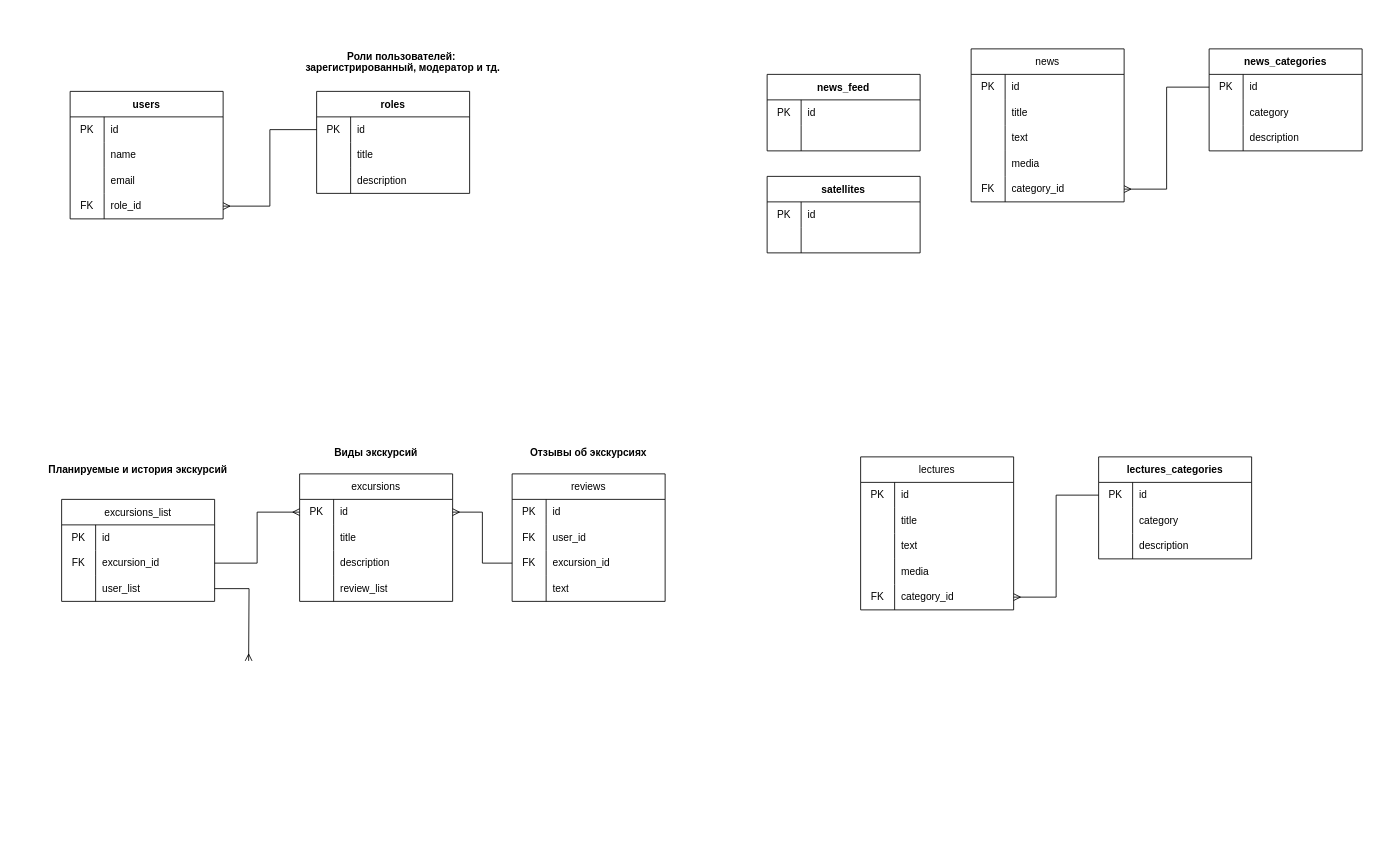
Before: tables.drawio in Drivesss/ReshUCube, a draw.io diagram. Source tidied: cells renumbered, new cells numbered last; positions are measured from the earlier drawing's top-left corner, leaving out a move shared by most shapes. Both pictures are drawn from the tidied source at 85%, with x=0, y=0 at pixel (61, 48).
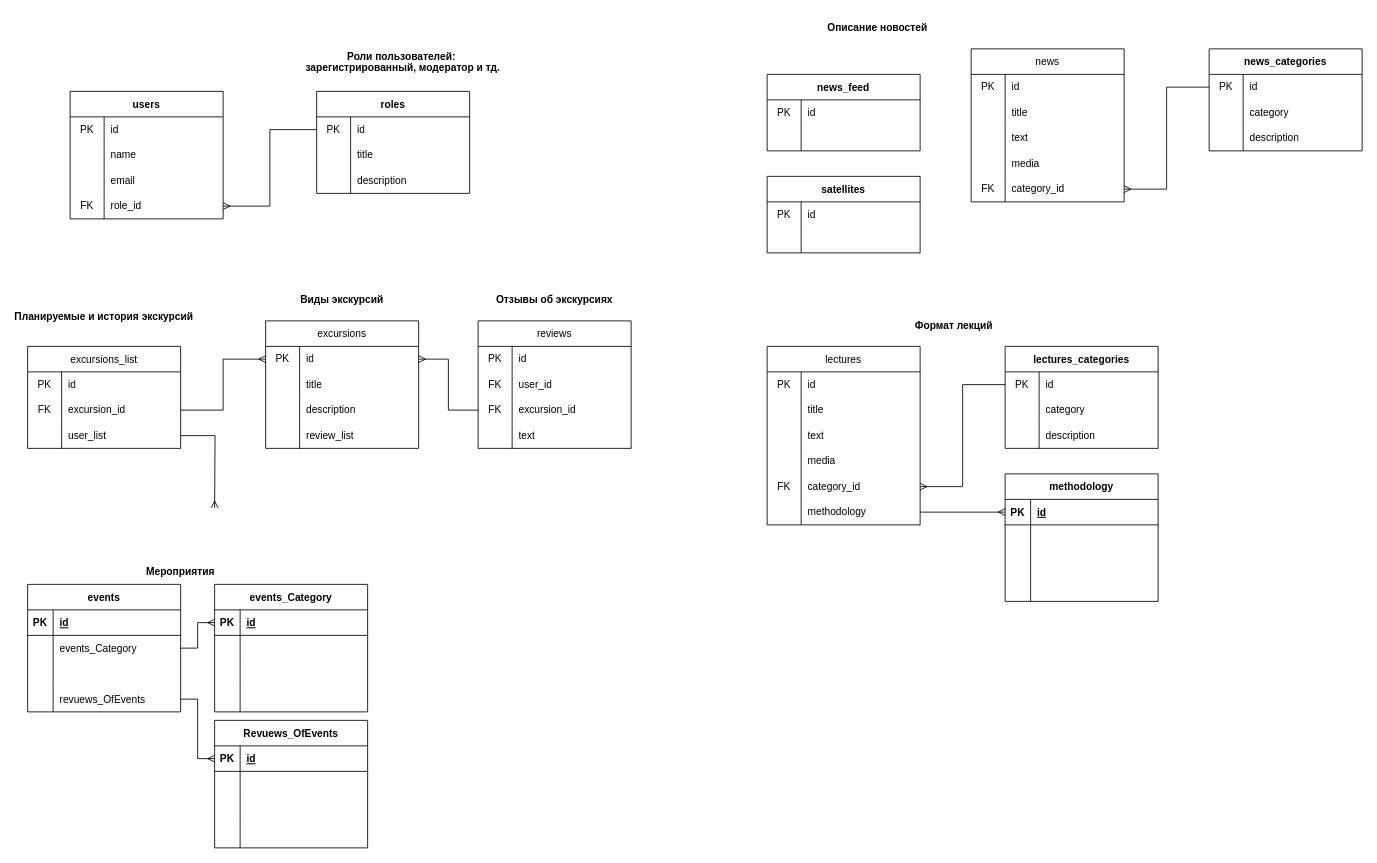
Above is the later version.

The change refers to these unchanged cells:
```xml
<mxCell id="88" style="shape=tableRow;horizontal=0;startSize=0;swimlaneHead=0;swimlaneBody=0;top=0;left=0;bottom=0;right=0;fillColor=none;points=[[0,0.5],[1,0.5]];portConstraint=eastwest;" parent="81" vertex="1">
  <mxGeometry y="90" width="180" height="30" as="geometry" />
</mxCell>
```

Change to the diagram source:
```diff
@@
     <mxCell id="68" value="excursions" style="shape=table;startSize=30;childLayout=tableLayout;rowLines=0;fontStyle=0;" parent="1" vertex="1">
-      <mxGeometry x="280" y="500" width="180" height="150" as="geometry" />
+      <mxGeometry x="240" y="320" width="180" height="150" as="geometry" />
     </mxCell>
@@
     <mxCell id="81" value="excursions_list" style="shape=table;startSize=30;childLayout=tableLayout;rowLines=0;fontStyle=0;" parent="1" vertex="1">
-      <mxGeometry y="530" width="180" height="120" as="geometry" />
+      <mxGeometry x="-40" y="350" width="180" height="120" as="geometry" />
     </mxCell>
@@
     <mxCell id="91" style="edgeStyle=orthogonalEdgeStyle;rounded=0;jettySize=auto;html=1;endArrow=ERmany;endFill=0;" parent="1" edge="1" source="88">
       <mxGeometry relative="1" as="geometry">
-        <mxPoint x="220" y="720" as="targetPoint" />
+        <mxPoint x="180" y="540" as="targetPoint" />
       </mxGeometry>
     </mxCell>
@@
     <mxCell id="93" value="Виды экскурсий" style="text;align=center;fontStyle=1;verticalAlign=middle;spacingLeft=3;spacingRight=3;strokeColor=none;" parent="1" vertex="1">
-      <mxGeometry x="300" y="460" width="140" height="30" as="geometry" />
+      <mxGeometry x="260" y="280" width="140" height="30" as="geometry" />
     </mxCell>
     <mxCell id="94" value="Планируемые и история экскурсий" style="text;align=center;fontStyle=1;verticalAlign=middle;spacingLeft=3;spacingRight=3;strokeColor=none;" parent="1" vertex="1">
-      <mxGeometry x="20" y="480" width="140" height="30" as="geometry" />
+      <mxGeometry x="-20" y="300" width="140" height="30" as="geometry" />
     </mxCell>
     <mxCell id="95" value="reviews" style="shape=table;startSize=30;childLayout=tableLayout;rowLines=0;fontStyle=0;" parent="1" vertex="1">
-      <mxGeometry x="530" y="500" width="180" height="150" as="geometry" />
+      <mxGeometry x="490" y="320" width="180" height="150" as="geometry" />
     </mxCell>
@@
     <mxCell id="108" value="Отзывы об экскурсиях" style="text;align=center;fontStyle=1;verticalAlign=middle;spacingLeft=3;spacingRight=3;strokeColor=none;" parent="1" vertex="1">
-      <mxGeometry x="550" y="460" width="140" height="30" as="geometry" />
+      <mxGeometry x="510" y="280" width="140" height="30" as="geometry" />
     </mxCell>
@@
     <mxCell id="110" value="lectures" style="shape=table;startSize=30;childLayout=tableLayout;rowLines=0;fontStyle=0;" parent="1" vertex="1">
-      <mxGeometry x="940" y="480" width="180" height="180" as="geometry" />
+      <mxGeometry x="830" y="350" width="180" height="210" as="geometry" />
     </mxCell>
@@
+    <mxCell id="137" style="shape=tableRow;horizontal=0;startSize=0;swimlaneHead=0;swimlaneBody=0;top=0;left=0;bottom=0;right=0;fillColor=none;points=[[0,0.5],[1,0.5]];portConstraint=eastwest;" parent="110" vertex="1">
+      <mxGeometry y="180" width="180" height="30" as="geometry" />
+    </mxCell>
+    <mxCell id="138" style="shape=partialRectangle;html=1;whiteSpace=wrap;fillColor=none;top=0;left=0;bottom=0;right=0;overflow=hidden;" parent="137" vertex="1">
+      <mxGeometry width="40" height="30" as="geometry" />
+    </mxCell>
+    <mxCell id="139" value="methodology" style="shape=partialRectangle;html=1;whiteSpace=wrap;fillColor=none;top=0;left=0;bottom=0;right=0;align=left;spacingLeft=6;overflow=hidden;" parent="137" vertex="1">
+      <mxGeometry x="40" width="140" height="30" as="geometry" />
+    </mxCell>
     <mxCell id="126" value="lectures_categories" style="shape=table;startSize=30;childLayout=tableLayout;rowLines=0;fontStyle=1;" parent="1" vertex="1">
-      <mxGeometry x="1220" y="480" width="180" height="120" as="geometry" />
+      <mxGeometry x="1110" y="350" width="180" height="120" as="geometry" />
     </mxCell>
@@
+    <mxCell id="140" value="events" style="shape=table;startSize=30;childLayout=tableLayout;rowLines=0;fontStyle=1;align=center;" parent="1" vertex="1">
+      <mxGeometry x="-40" y="630" width="180" height="150" as="geometry" />
+    </mxCell>
+    <mxCell id="141" style="shape=tableRow;horizontal=0;startSize=0;swimlaneHead=0;swimlaneBody=0;fillColor=none;top=0;left=0;right=0;bottom=1;" parent="140" vertex="1">
+      <mxGeometry y="30" width="180" height="30" as="geometry" />
+    </mxCell>
+    <mxCell id="142" value="PK" style="shape=partialRectangle;fillColor=none;top=0;left=0;bottom=0;right=0;fontStyle=1;overflow=hidden;" parent="141" vertex="1">
+      <mxGeometry width="30" height="30" as="geometry" />
+    </mxCell>
+    <mxCell id="143" value="id" style="shape=partialRectangle;fillColor=none;top=0;left=0;bottom=0;right=0;align=left;spacingLeft=6;fontStyle=5;overflow=hidden;" parent="141" vertex="1">
+      <mxGeometry x="30" width="150" height="30" as="geometry" />
+    </mxCell>
+    <mxCell id="144" style="shape=tableRow;horizontal=0;startSize=0;swimlaneHead=0;swimlaneBody=0;fillColor=none;points=[[0,0.5],[1,0.5]];portConstraint=eastwest;top=0;left=0;right=0;bottom=0;" parent="140" vertex="1">
+      <mxGeometry y="60" width="180" height="30" as="geometry" />
+    </mxCell>
+    <mxCell id="145" style="shape=partialRectangle;fillColor=none;top=0;left=0;bottom=0;right=0;overflow=hidden;" parent="144" vertex="1">
+      <mxGeometry width="30" height="30" as="geometry" />
+    </mxCell>
+    <mxCell id="146" value="events_Category" style="shape=partialRectangle;fillColor=none;top=0;left=0;bottom=0;right=0;align=left;spacingLeft=6;overflow=hidden;" parent="144" vertex="1">
+      <mxGeometry x="30" width="150" height="30" as="geometry" />
+    </mxCell>
+    <mxCell id="147" style="shape=tableRow;horizontal=0;startSize=0;swimlaneHead=0;swimlaneBody=0;fillColor=none;top=0;left=0;right=0;bottom=0;" parent="140" vertex="1">
+      <mxGeometry y="90" width="180" height="30" as="geometry" />
+    </mxCell>
+    <mxCell id="148" style="shape=partialRectangle;fillColor=none;top=0;left=0;bottom=0;right=0;overflow=hidden;" parent="147" vertex="1">
+      <mxGeometry width="30" height="30" as="geometry" />
+    </mxCell>
+    <mxCell id="149" style="shape=partialRectangle;fillColor=none;top=0;left=0;bottom=0;right=0;align=left;spacingLeft=6;overflow=hidden;" parent="147" vertex="1">
+      <mxGeometry x="30" width="150" height="30" as="geometry" />
+    </mxCell>
+    <mxCell id="150" style="shape=tableRow;horizontal=0;startSize=0;swimlaneHead=0;swimlaneBody=0;fillColor=none;points=[[0,0.5],[1,0.5]];portConstraint=eastwest;top=0;left=0;right=0;bottom=0;" parent="140" vertex="1">
+      <mxGeometry y="120" width="180" height="30" as="geometry" />
+    </mxCell>
+    <mxCell id="151" style="shape=partialRectangle;fillColor=none;top=0;left=0;bottom=0;right=0;overflow=hidden;" parent="150" vertex="1">
+      <mxGeometry width="30" height="30" as="geometry" />
+    </mxCell>
+    <mxCell id="152" value="revuews_OfEvents" style="shape=partialRectangle;fillColor=none;top=0;left=0;bottom=0;right=0;align=left;spacingLeft=6;overflow=hidden;" parent="150" vertex="1">
+      <mxGeometry x="30" width="150" height="30" as="geometry" />
+    </mxCell>
+    <mxCell id="153" value="events_Category" style="shape=table;startSize=30;childLayout=tableLayout;rowLines=0;fontStyle=1;align=center;" parent="1" vertex="1">
+      <mxGeometry x="180" y="630" width="180" height="150" as="geometry" />
+    </mxCell>
+    <mxCell id="154" style="shape=tableRow;horizontal=0;startSize=0;swimlaneHead=0;swimlaneBody=0;fillColor=none;points=[[0,0.5],[1,0.5]];portConstraint=eastwest;top=0;left=0;right=0;bottom=1;" parent="153" vertex="1">
+      <mxGeometry y="30" width="180" height="30" as="geometry" />
+    </mxCell>
+    <mxCell id="155" value="PK" style="shape=partialRectangle;fillColor=none;top=0;left=0;bottom=0;right=0;fontStyle=1;overflow=hidden;" parent="154" vertex="1">
+      <mxGeometry width="30" height="30" as="geometry" />
+    </mxCell>
+    <mxCell id="156" value="id" style="shape=partialRectangle;fillColor=none;top=0;left=0;bottom=0;right=0;align=left;spacingLeft=6;fontStyle=5;overflow=hidden;" parent="154" vertex="1">
+      <mxGeometry x="30" width="150" height="30" as="geometry" />
+    </mxCell>
+    <mxCell id="157" style="shape=tableRow;horizontal=0;startSize=0;swimlaneHead=0;swimlaneBody=0;fillColor=none;top=0;left=0;right=0;bottom=0;" parent="153" vertex="1">
+      <mxGeometry y="60" width="180" height="30" as="geometry" />
+    </mxCell>
+    <mxCell id="158" style="shape=partialRectangle;fillColor=none;top=0;left=0;bottom=0;right=0;overflow=hidden;" parent="157" vertex="1">
+      <mxGeometry width="30" height="30" as="geometry" />
+    </mxCell>
+    <mxCell id="159" style="shape=partialRectangle;fillColor=none;top=0;left=0;bottom=0;right=0;align=left;spacingLeft=6;overflow=hidden;" parent="157" vertex="1">
+      <mxGeometry x="30" width="150" height="30" as="geometry" />
+    </mxCell>
+    <mxCell id="160" style="shape=tableRow;horizontal=0;startSize=0;swimlaneHead=0;swimlaneBody=0;fillColor=none;top=0;left=0;right=0;bottom=0;" parent="153" vertex="1">
+      <mxGeometry y="90" width="180" height="30" as="geometry" />
+    </mxCell>
+    <mxCell id="161" style="shape=partialRectangle;fillColor=none;top=0;left=0;bottom=0;right=0;overflow=hidden;" parent="160" vertex="1">
+      <mxGeometry width="30" height="30" as="geometry" />
+    </mxCell>
+    <mxCell id="162" style="shape=partialRectangle;fillColor=none;top=0;left=0;bottom=0;right=0;align=left;spacingLeft=6;overflow=hidden;" parent="160" vertex="1">
+      <mxGeometry x="30" width="150" height="30" as="geometry" />
+    </mxCell>
+    <mxCell id="163" style="shape=tableRow;horizontal=0;startSize=0;swimlaneHead=0;swimlaneBody=0;fillColor=none;top=0;left=0;right=0;bottom=0;" parent="153" vertex="1">
+      <mxGeometry y="120" width="180" height="30" as="geometry" />
+    </mxCell>
+    <mxCell id="164" style="shape=partialRectangle;fillColor=none;top=0;left=0;bottom=0;right=0;overflow=hidden;" parent="163" vertex="1">
+      <mxGeometry width="30" height="30" as="geometry" />
+    </mxCell>
+    <mxCell id="165" style="shape=partialRectangle;fillColor=none;top=0;left=0;bottom=0;right=0;align=left;spacingLeft=6;overflow=hidden;" parent="163" vertex="1">
+      <mxGeometry x="30" width="150" height="30" as="geometry" />
+    </mxCell>
+    <mxCell id="166" value="Revuews_OfEvents" style="shape=table;startSize=30;childLayout=tableLayout;rowLines=0;fontStyle=1;align=center;" parent="1" vertex="1">
+      <mxGeometry x="180" y="790" width="180" height="150" as="geometry" />
+    </mxCell>
+    <mxCell id="167" style="shape=tableRow;horizontal=0;startSize=0;swimlaneHead=0;swimlaneBody=0;fillColor=none;points=[[0,0.5],[1,0.5]];portConstraint=eastwest;top=0;left=0;right=0;bottom=1;" parent="166" vertex="1">
+      <mxGeometry y="30" width="180" height="30" as="geometry" />
+    </mxCell>
+    <mxCell id="168" value="PK" style="shape=partialRectangle;fillColor=none;top=0;left=0;bottom=0;right=0;fontStyle=1;overflow=hidden;" parent="167" vertex="1">
+      <mxGeometry width="30" height="30" as="geometry" />
+    </mxCell>
+    <mxCell id="169" value="id" style="shape=partialRectangle;fillColor=none;top=0;left=0;bottom=0;right=0;align=left;spacingLeft=6;fontStyle=5;overflow=hidden;" parent="167" vertex="1">
+      <mxGeometry x="30" width="150" height="30" as="geometry" />
+    </mxCell>
+    <mxCell id="170" style="shape=tableRow;horizontal=0;startSize=0;swimlaneHead=0;swimlaneBody=0;fillColor=none;top=0;left=0;right=0;bottom=0;" parent="166" vertex="1">
+      <mxGeometry y="60" width="180" height="30" as="geometry" />
+    </mxCell>
+    <mxCell id="171" style="shape=partialRectangle;fillColor=none;top=0;left=0;bottom=0;right=0;overflow=hidden;" parent="170" vertex="1">
+      <mxGeometry width="30" height="30" as="geometry" />
+    </mxCell>
+    <mxCell id="172" style="shape=partialRectangle;fillColor=none;top=0;left=0;bottom=0;right=0;align=left;spacingLeft=6;overflow=hidden;" parent="170" vertex="1">
+      <mxGeometry x="30" width="150" height="30" as="geometry" />
+    </mxCell>
+    <mxCell id="173" style="shape=tableRow;horizontal=0;startSize=0;swimlaneHead=0;swimlaneBody=0;fillColor=none;top=0;left=0;right=0;bottom=0;" parent="166" vertex="1">
+      <mxGeometry y="90" width="180" height="30" as="geometry" />
+    </mxCell>
+    <mxCell id="174" style="shape=partialRectangle;fillColor=none;top=0;left=0;bottom=0;right=0;overflow=hidden;" parent="173" vertex="1">
+      <mxGeometry width="30" height="30" as="geometry" />
+    </mxCell>
+    <mxCell id="175" style="shape=partialRectangle;fillColor=none;top=0;left=0;bottom=0;right=0;align=left;spacingLeft=6;overflow=hidden;" parent="173" vertex="1">
+      <mxGeometry x="30" width="150" height="30" as="geometry" />
+    </mxCell>
+    <mxCell id="176" style="shape=tableRow;horizontal=0;startSize=0;swimlaneHead=0;swimlaneBody=0;fillColor=none;top=0;left=0;right=0;bottom=0;" parent="166" vertex="1">
+      <mxGeometry y="120" width="180" height="30" as="geometry" />
+    </mxCell>
+    <mxCell id="177" style="shape=partialRectangle;fillColor=none;top=0;left=0;bottom=0;right=0;overflow=hidden;" parent="176" vertex="1">
+      <mxGeometry width="30" height="30" as="geometry" />
+    </mxCell>
+    <mxCell id="178" style="shape=partialRectangle;fillColor=none;top=0;left=0;bottom=0;right=0;align=left;spacingLeft=6;overflow=hidden;" parent="176" vertex="1">
+      <mxGeometry x="30" width="150" height="30" as="geometry" />
+    </mxCell>
+    <mxCell id="179" style="edgeStyle=orthogonalEdgeStyle;rounded=0;jettySize=auto;html=1;exitX=1;exitY=0.5;exitDx=0;exitDy=0;entryX=0;entryY=0.5;entryDx=0;entryDy=0;endArrow=ERmany;endFill=0;" parent="1" edge="1" source="144" target="154">
+      <mxGeometry relative="1" as="geometry" />
+    </mxCell>
+    <mxCell id="180" style="edgeStyle=orthogonalEdgeStyle;rounded=0;jettySize=auto;html=1;exitX=1;exitY=0.5;exitDx=0;exitDy=0;entryX=0;entryY=0.5;entryDx=0;entryDy=0;endArrow=ERmany;endFill=0;" parent="1" edge="1" source="150" target="167">
+      <mxGeometry relative="1" as="geometry" />
+    </mxCell>
+    <mxCell id="181" value="Мероприятия" style="text;align=center;fontStyle=1;verticalAlign=middle;spacingLeft=3;spacingRight=3;strokeColor=none;" parent="1" vertex="1">
+      <mxGeometry x="70" y="600" width="140" height="30" as="geometry" />
+    </mxCell>
+    <mxCell id="182" style="shape=tableRow;horizontal=0;startSize=0;swimlaneHead=0;swimlaneBody=0;top=0;left=0;bottom=0;right=0;fillColor=none;" parent="1" vertex="1">
+      <mxGeometry x="830" y="530" width="180" height="30" as="geometry" />
+    </mxCell>
+    <mxCell id="183" style="shape=partialRectangle;html=1;whiteSpace=wrap;fillColor=none;top=0;left=0;bottom=0;right=0;overflow=hidden;" parent="182" vertex="1">
+      <mxGeometry width="40" height="30" as="geometry" />
+    </mxCell>
+    <mxCell id="184" value="methodology" style="shape=table;startSize=30;childLayout=tableLayout;rowLines=0;fontStyle=1;align=center;" parent="1" vertex="1">
+      <mxGeometry x="1110" y="500" width="180" height="150" as="geometry" />
+    </mxCell>
+    <mxCell id="185" style="shape=tableRow;horizontal=0;startSize=0;swimlaneHead=0;swimlaneBody=0;fillColor=none;points=[[0,0.5],[1,0.5]];portConstraint=eastwest;top=0;left=0;right=0;bottom=1;" parent="184" vertex="1">
+      <mxGeometry y="30" width="180" height="30" as="geometry" />
+    </mxCell>
+    <mxCell id="186" value="PK" style="shape=partialRectangle;fillColor=none;top=0;left=0;bottom=0;right=0;fontStyle=1;overflow=hidden;" parent="185" vertex="1">
+      <mxGeometry width="30" height="30" as="geometry" />
+    </mxCell>
+    <mxCell id="187" value="id" style="shape=partialRectangle;fillColor=none;top=0;left=0;bottom=0;right=0;align=left;spacingLeft=6;fontStyle=5;overflow=hidden;" parent="185" vertex="1">
+      <mxGeometry x="30" width="150" height="30" as="geometry" />
+    </mxCell>
+    <mxCell id="188" style="shape=tableRow;horizontal=0;startSize=0;swimlaneHead=0;swimlaneBody=0;fillColor=none;top=0;left=0;right=0;bottom=0;" parent="184" vertex="1">
+      <mxGeometry y="60" width="180" height="30" as="geometry" />
+    </mxCell>
+    <mxCell id="189" style="shape=partialRectangle;fillColor=none;top=0;left=0;bottom=0;right=0;overflow=hidden;" parent="188" vertex="1">
+      <mxGeometry width="30" height="30" as="geometry" />
+    </mxCell>
+    <mxCell id="190" style="shape=partialRectangle;fillColor=none;top=0;left=0;bottom=0;right=0;align=left;spacingLeft=6;overflow=hidden;" parent="188" vertex="1">
+      <mxGeometry x="30" width="150" height="30" as="geometry" />
+    </mxCell>
+    <mxCell id="191" style="shape=tableRow;horizontal=0;startSize=0;swimlaneHead=0;swimlaneBody=0;fillColor=none;top=0;left=0;right=0;bottom=0;" parent="184" vertex="1">
+      <mxGeometry y="90" width="180" height="30" as="geometry" />
+    </mxCell>
+    <mxCell id="192" style="shape=partialRectangle;fillColor=none;top=0;left=0;bottom=0;right=0;overflow=hidden;" parent="191" vertex="1">
+      <mxGeometry width="30" height="30" as="geometry" />
+    </mxCell>
+    <mxCell id="193" style="shape=partialRectangle;fillColor=none;top=0;left=0;bottom=0;right=0;align=left;spacingLeft=6;overflow=hidden;" parent="191" vertex="1">
+      <mxGeometry x="30" width="150" height="30" as="geometry" />
+    </mxCell>
+    <mxCell id="194" style="shape=tableRow;horizontal=0;startSize=0;swimlaneHead=0;swimlaneBody=0;fillColor=none;top=0;left=0;right=0;bottom=0;" parent="184" vertex="1">
+      <mxGeometry y="120" width="180" height="30" as="geometry" />
+    </mxCell>
+    <mxCell id="195" style="shape=partialRectangle;fillColor=none;top=0;left=0;bottom=0;right=0;overflow=hidden;" parent="194" vertex="1">
+      <mxGeometry width="30" height="30" as="geometry" />
+    </mxCell>
+    <mxCell id="196" style="shape=partialRectangle;fillColor=none;top=0;left=0;bottom=0;right=0;align=left;spacingLeft=6;overflow=hidden;" parent="194" vertex="1">
+      <mxGeometry x="30" width="150" height="30" as="geometry" />
+    </mxCell>
+    <mxCell id="197" style="edgeStyle=orthogonalEdgeStyle;rounded=0;jettySize=auto;html=1;exitX=1;exitY=0.5;exitDx=0;exitDy=0;entryX=0;entryY=0.5;entryDx=0;entryDy=0;endArrow=ERmany;endFill=0;" parent="1" edge="1" source="137" target="185">
+      <mxGeometry relative="1" as="geometry" />
+    </mxCell>
+    <mxCell id="198" value="Формат лекций" style="text;align=center;fontStyle=1;verticalAlign=middle;spacingLeft=3;spacingRight=3;strokeColor=none;" parent="1" vertex="1">
+      <mxGeometry x="980" y="310" width="140" height="30" as="geometry" />
+    </mxCell>
+    <mxCell id="199" value="Описание новостей" style="text;align=center;fontStyle=1;verticalAlign=middle;spacingLeft=3;spacingRight=3;strokeColor=none;" parent="1" vertex="1">
+      <mxGeometry x="890" y="-40" width="140" height="30" as="geometry" />
+    </mxCell>
```
